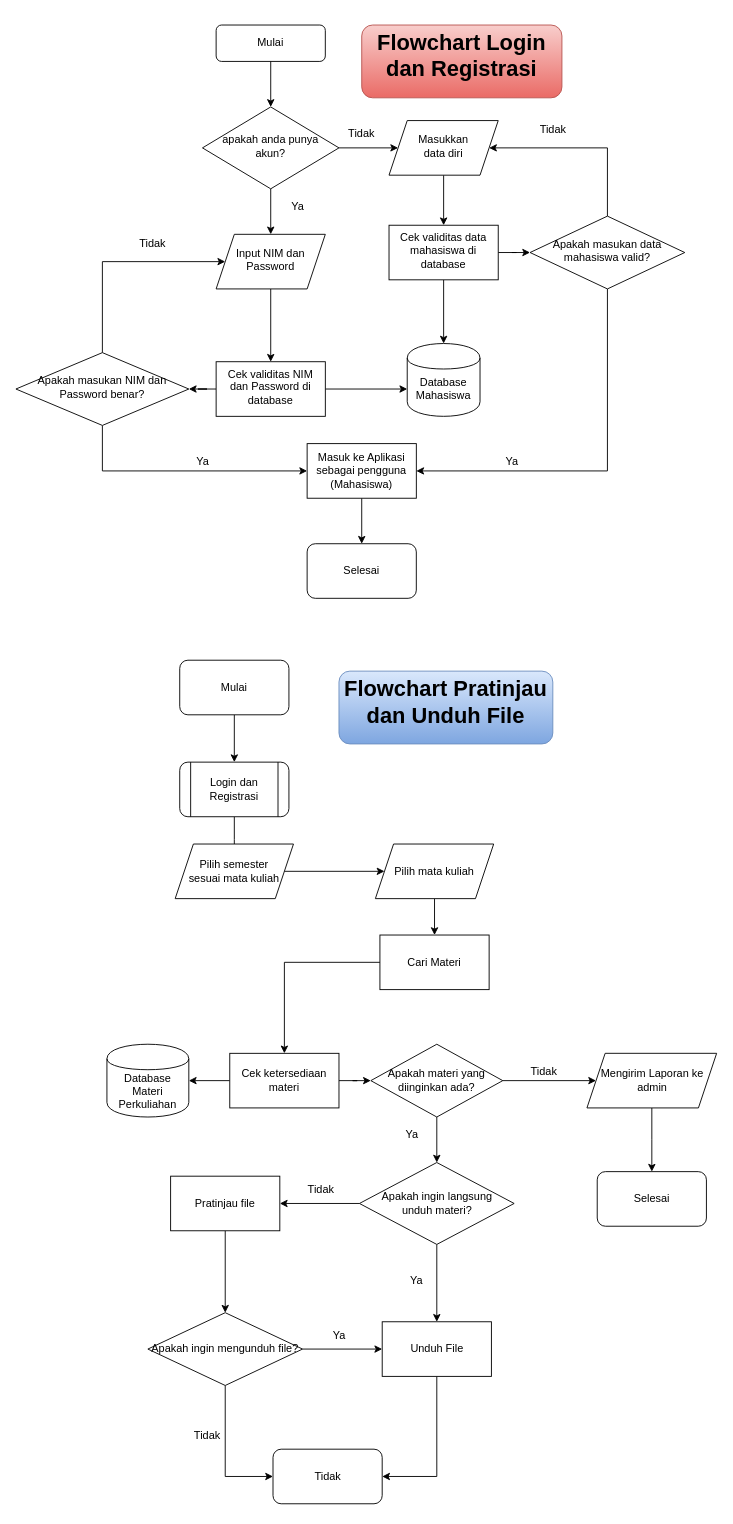
This is HCI_ProgramFlow.drawio from freyaldi/unsri-4-HCI, a draw.io file, before an edit. Source tidied: cells renumbered, new cells numbered last; positions are measured from the earlier drawing's top-left corner, leaving out a move shared by most shapes. Both pictures are drawn from the tidied source at 91%, with x=0, y=0 at pixel (15, 25).
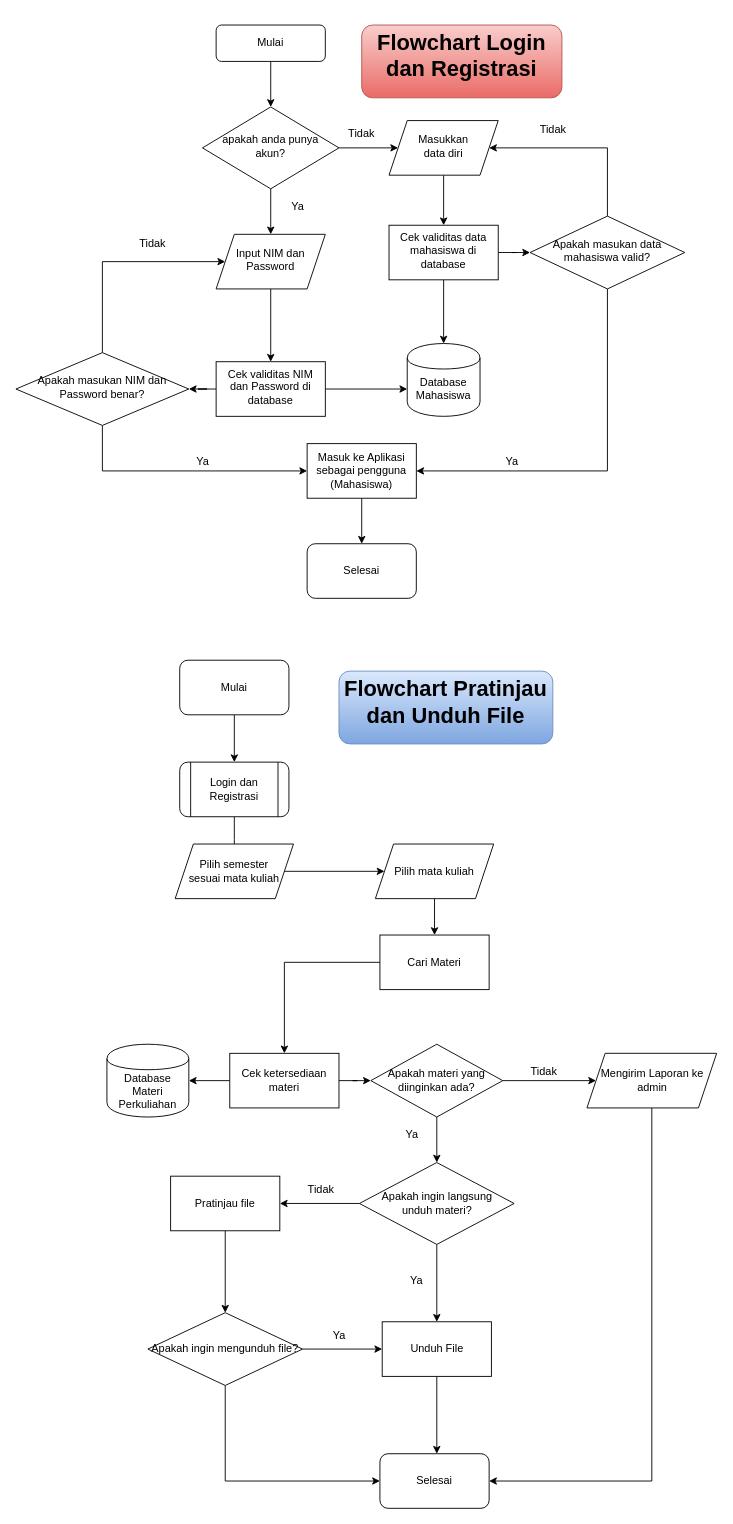
After the change.

The change refers to these unchanged cells:
```xml
<mxCell id="56" value="Mengirim Laporan ke admin" style="shape=parallelogram;perimeter=parallelogramPerimeter;whiteSpace=wrap;html=1;fixedSize=1;rounded=0;shadow=0;glass=0;sketch=0;" parent="1" vertex="1">
  <mxGeometry x="627.5" y="1130" width="142.5" height="60" as="geometry" />
</mxCell>
<mxCell id="68" value="Apakah ingin mengunduh file?" style="rhombus;whiteSpace=wrap;html=1;rounded=0;shadow=0;glass=0;sketch=0;" parent="1" vertex="1">
  <mxGeometry x="145" y="1415" width="170" height="80" as="geometry" />
</mxCell>
```

Diff of the diagram source:
```diff
@@
-    <mxCell id="55" style="edgeStyle=orthogonalEdgeStyle;rounded=0;jettySize=auto;html=1;" parent="1" edge="1" source="56" target="57">
-      <mxGeometry relative="1" as="geometry" />
+    <mxCell id="55" style="edgeStyle=orthogonalEdgeStyle;rounded=0;jettySize=auto;html=1;entryX=1;entryY=0.5;entryDx=0;entryDy=0;" parent="1" edge="1" source="56" target="70">
+      <mxGeometry relative="1" as="geometry">
+        <Array as="points">
+          <mxPoint x="699" y="1600" />
+        </Array>
+      </mxGeometry>
     </mxCell>
@@
-    <mxCell id="57" value="Selesai" style="rounded=1;whiteSpace=wrap;html=1;shadow=0;glass=0;sketch=0;gradientColor=none;" parent="1" vertex="1">
-      <mxGeometry x="638.8" y="1260" width="120" height="60" as="geometry" />
-    </mxCell>
@@
-    <mxCell id="67" style="edgeStyle=orthogonalEdgeStyle;rounded=0;jettySize=auto;html=1;entryX=0;entryY=0.5;entryDx=0;entryDy=0;" parent="1" edge="1" source="68" target="70">
+    <mxCell id="67" style="edgeStyle=orthogonalEdgeStyle;rounded=0;jettySize=auto;html=1;exitX=0.5;exitY=1;exitDx=0;exitDy=0;entryX=0;entryY=0.5;entryDx=0;entryDy=0;" parent="1" edge="1" source="68" target="70">
       <mxGeometry relative="1" as="geometry" />
     </mxCell>
@@
-    <mxCell id="70" value="Tidak" style="whiteSpace=wrap;html=1;rounded=1;shadow=0;glass=0;sketch=0;" parent="1" vertex="1">
-      <mxGeometry x="282.5" y="1565" width="120" height="60" as="geometry" />
+    <mxCell id="70" value="Selesai" style="whiteSpace=wrap;html=1;rounded=1;shadow=0;glass=0;sketch=0;" parent="1" vertex="1">
+      <mxGeometry x="400" y="1570" width="120" height="60" as="geometry" />
     </mxCell>
-    <mxCell id="71" value="Tidak" style="text;html=1;align=center;verticalAlign=middle;" parent="1" vertex="1">
-      <mxGeometry x="190" y="1540" width="40" height="20" as="geometry" />
-    </mxCell>
```
